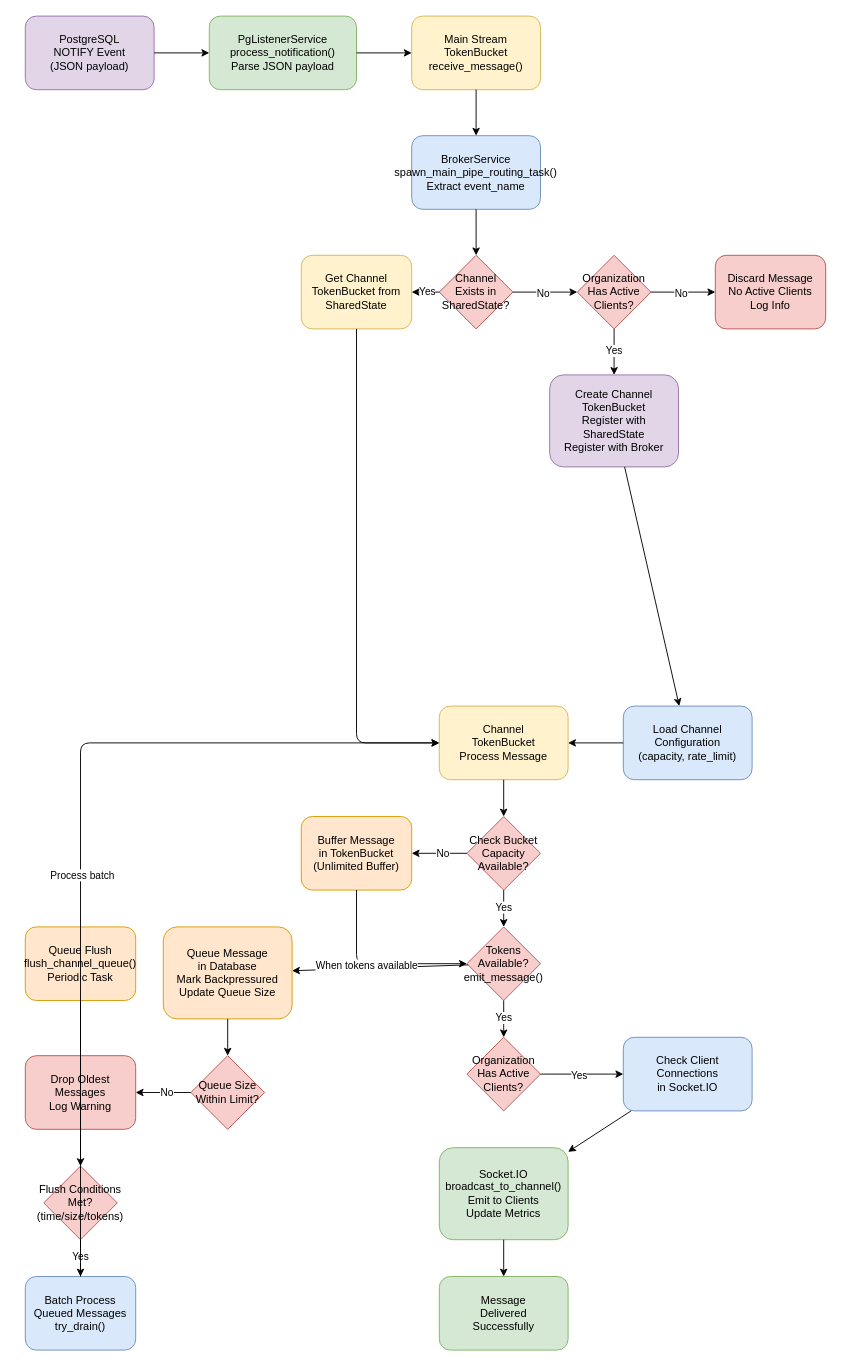
Earlier version of the draw.io diagram bin/store/src/message_stream/message_flow_diagram.drawio (NullNet-ai/datastore). Source tidied: cells renumbered, new cells numbered last; positions are measured from the earlier drawing's top-left corner, leaving out a move shared by most shapes. Both pictures are drawn from the tidied source at 92%, with x=0, y=0 at pixel (25, 16).
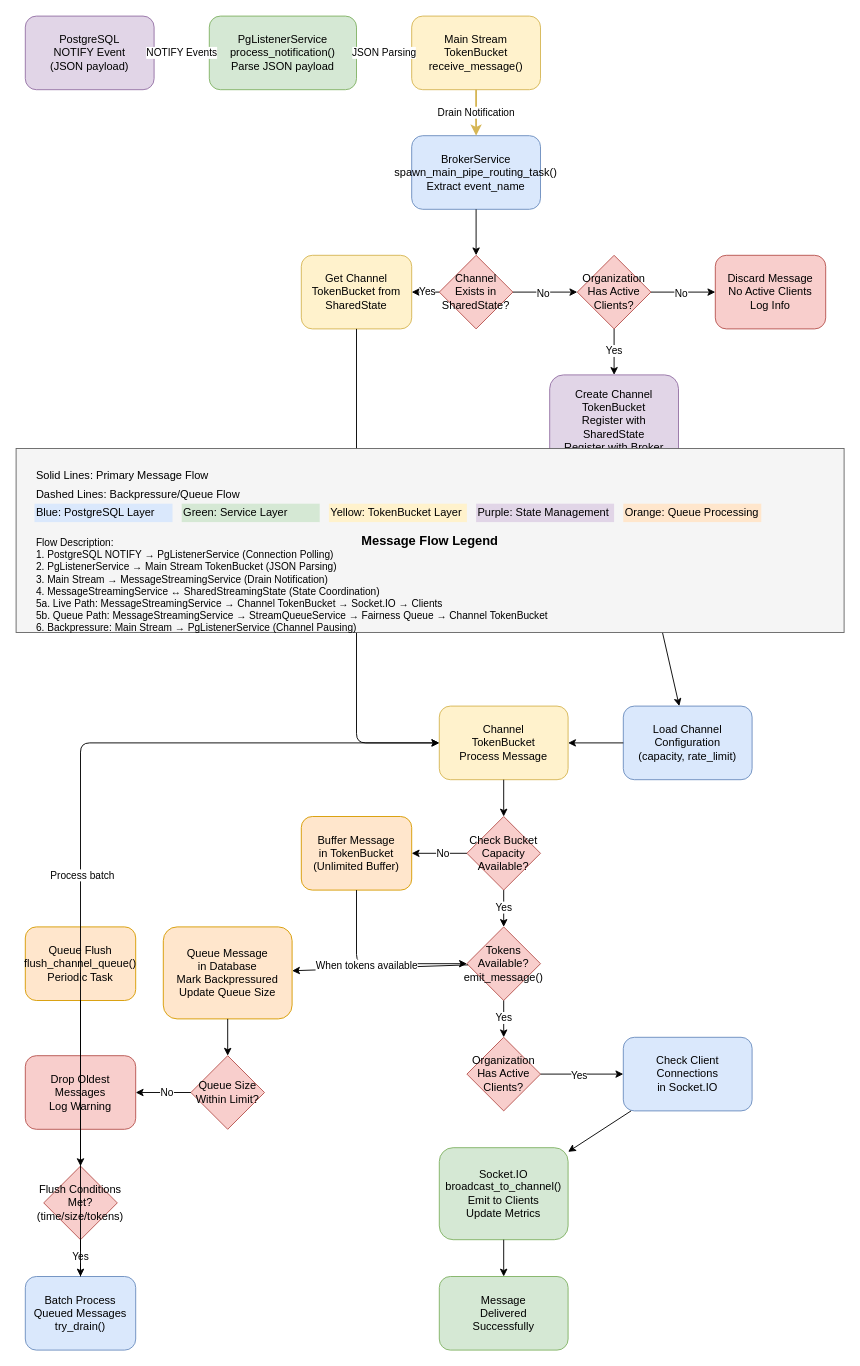
After the change.

The change refers to these unchanged cells:
```xml
<mxCell id="2" value="PostgreSQL&lt;br&gt;NOTIFY Event&lt;br&gt;(JSON payload)" style="rounded=1;whiteSpace=wrap;html=1;fillColor=#e1d5e7;strokeColor=#9673a6;" parent="1" vertex="1">
  <mxGeometry width="140" height="80" as="geometry" />
</mxCell>
<mxCell id="3" value="PgListenerService&lt;br&gt;process_notification()&lt;br&gt;Parse JSON payload" style="rounded=1;whiteSpace=wrap;html=1;fillColor=#d5e8d4;strokeColor=#82b366;" parent="1" vertex="1">
  <mxGeometry x="200" width="160" height="80" as="geometry" />
</mxCell>
<mxCell id="4" value="Main Stream&lt;br&gt;TokenBucket&lt;br&gt;receive_message()" style="rounded=1;whiteSpace=wrap;html=1;fillColor=#fff2cc;strokeColor=#d6b656;" parent="1" vertex="1">
  <mxGeometry x="420" width="140" height="80" as="geometry" />
</mxCell>
<mxCell id="5" value="BrokerService&lt;br&gt;spawn_main_pipe_routing_task()&lt;br&gt;Extract event_name" style="rounded=1;whiteSpace=wrap;html=1;fillColor=#dae8fc;strokeColor=#6c8ebf;" parent="1" vertex="1">
  <mxGeometry x="420" y="130" width="140" height="80" as="geometry" />
</mxCell>
```

What changed in the source:
```diff
@@
-    <mxCell id="26" parent="1" edge="1" source="2" target="3">
+    <mxCell id="26" value="NOTIFY Events" style="edgeStyle=orthogonalEdgeStyle;rounded=0;jettySize=auto;html=1;strokeWidth=2;strokeColor=#6c8ebf;" parent="1" edge="1" source="2" target="3">
       <mxGeometry relative="1" as="geometry" />
     </mxCell>
-    <mxCell id="27" parent="1" edge="1" source="3" target="4">
+    <mxCell id="27" value="JSON Parsing" style="edgeStyle=orthogonalEdgeStyle;rounded=0;jettySize=auto;html=1;strokeWidth=2;strokeColor=#82b366;" parent="1" edge="1" source="3" target="4">
       <mxGeometry relative="1" as="geometry" />
     </mxCell>
-    <mxCell id="28" parent="1" edge="1" source="4" target="5">
+    <mxCell id="28" value="Drain Notification" style="edgeStyle=orthogonalEdgeStyle;rounded=0;jettySize=auto;html=1;strokeWidth=2;strokeColor=#d6b656;" parent="1" edge="1" source="4" target="5">
       <mxGeometry relative="1" as="geometry" />
     </mxCell>
@@
+    <mxCell id="64" value="Message Flow Legend" style="rounded=0;whiteSpace=wrap;html=1;fillColor=#f5f5f5;strokeColor=#666666;fontStyle=1;fontSize=14;" parent="1" vertex="1">
+      <mxGeometry x="-10" y="470" width="900" height="200" as="geometry" />
+    </mxCell>
+    <mxCell id="65" value="Solid Lines: Primary Message Flow" style="text;html=1;strokeColor=none;fillColor=none;align=left;verticalAlign=middle;whiteSpace=wrap;rounded=0;fontSize=12;" parent="1" vertex="1">
+      <mxGeometry x="10" y="490" width="200" height="20" as="geometry" />
+    </mxCell>
+    <mxCell id="66" value="Dashed Lines: Backpressure/Queue Flow" style="text;html=1;strokeColor=none;fillColor=none;align=left;verticalAlign=middle;whiteSpace=wrap;rounded=0;fontSize=12;" parent="1" vertex="1">
+      <mxGeometry x="10" y="510" width="250" height="20" as="geometry" />
+    </mxCell>
+    <mxCell id="67" value="Blue: PostgreSQL Layer" style="text;html=1;strokeColor=none;fillColor=#dae8fc;align=left;verticalAlign=middle;whiteSpace=wrap;rounded=0;fontSize=12;" parent="1" vertex="1">
+      <mxGeometry x="10" y="530" width="150" height="20" as="geometry" />
+    </mxCell>
+    <mxCell id="68" value="Green: Service Layer" style="text;html=1;strokeColor=none;fillColor=#d5e8d4;align=left;verticalAlign=middle;whiteSpace=wrap;rounded=0;fontSize=12;" parent="1" vertex="1">
+      <mxGeometry x="170" y="530" width="150" height="20" as="geometry" />
+    </mxCell>
+    <mxCell id="69" value="Yellow: TokenBucket Layer" style="text;html=1;strokeColor=none;fillColor=#fff2cc;align=left;verticalAlign=middle;whiteSpace=wrap;rounded=0;fontSize=12;" parent="1" vertex="1">
+      <mxGeometry x="330" y="530" width="150" height="20" as="geometry" />
+    </mxCell>
+    <mxCell id="70" value="Purple: State Management" style="text;html=1;strokeColor=none;fillColor=#e1d5e7;align=left;verticalAlign=middle;whiteSpace=wrap;rounded=0;fontSize=12;" parent="1" vertex="1">
+      <mxGeometry x="490" y="530" width="150" height="20" as="geometry" />
+    </mxCell>
+    <mxCell id="71" value="Orange: Queue Processing" style="text;html=1;strokeColor=none;fillColor=#ffe6cc;align=left;verticalAlign=middle;whiteSpace=wrap;rounded=0;fontSize=12;" parent="1" vertex="1">
+      <mxGeometry x="650" y="530" width="150" height="20" as="geometry" />
+    </mxCell>
+    <mxCell id="72" value="Flow Description:&#10;1. PostgreSQL NOTIFY → PgListenerService (Connection Polling)&#10;2. PgListenerService → Main Stream TokenBucket (JSON Parsing)&#10;3. Main Stream → MessageStreamingService (Drain Notification)&#10;4. MessageStreamingService ↔ SharedStreamingState (State Coordination)&#10;5a. Live Path: MessageStreamingService → Channel TokenBucket → Socket.IO → Clients&#10;5b. Queue Path: MessageStreamingService → StreamQueueService → Fairness Queue → Channel TokenBucket&#10;6. Backpressure: Main Stream → PgListenerService (Channel Pausing)" style="text;html=1;strokeColor=none;fillColor=none;align=left;verticalAlign=top;whiteSpace=wrap;rounded=0;fontSize=11;" parent="1" vertex="1">
+      <mxGeometry x="10" y="560" width="880" height="100" as="geometry" />
+    </mxCell>
```
